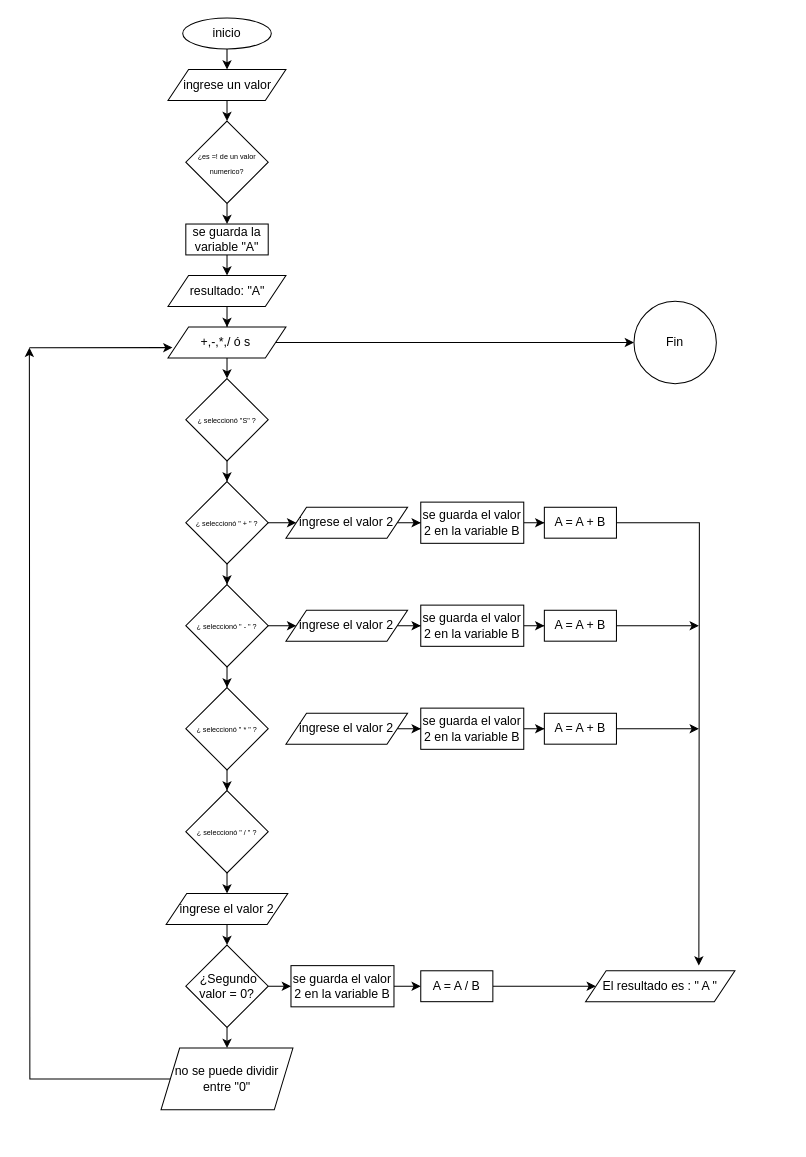
Earlier version of the draw.io diagram Diagrama de la calculadora.drawio (ramseshaz/Repositorio-1). Source tidied: cells renumbered, new cells numbered last; positions are measured from the earlier drawing's top-left corner, leaving out a move shared by most shapes. Both pictures are drawn from the tidied source at 103%, with x=0, y=0 at pixel (29, 18).
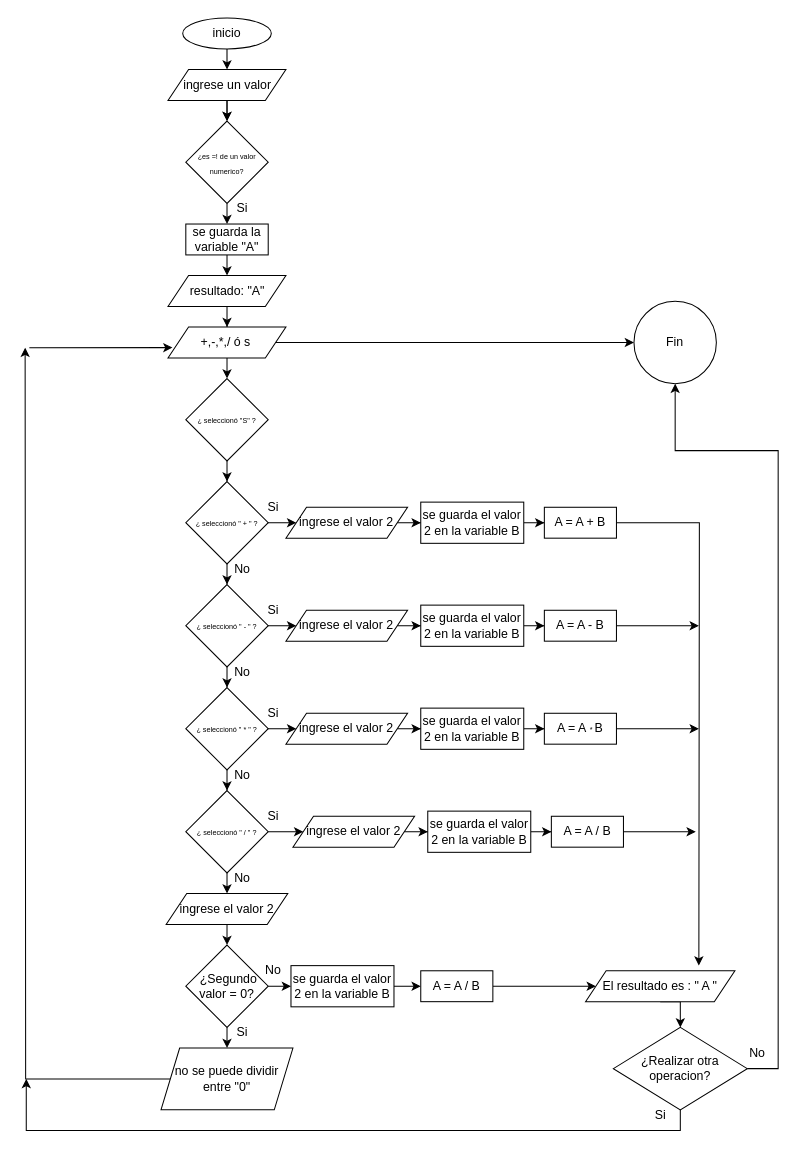
After the change.

Unchanged cells that the change refers to:
```xml
<mxCell id="5" value="ingrese un valor" style="shape=parallelogram;perimeter=parallelogramPerimeter;whiteSpace=wrap;html=1;fixedSize=1;" parent="1" vertex="1">
  <mxGeometry x="134.6" y="50" width="114.5" height="30" as="geometry" />
</mxCell>
<mxCell id="8" value="&lt;font style=&quot;font-size: 7px;&quot;&gt;¿es =! de un valor numerico?&lt;/font&gt;" style="rhombus;whiteSpace=wrap;html=1;" parent="1" vertex="1">
  <mxGeometry x="151.9" y="100" width="80" height="80" as="geometry" />
</mxCell>
<mxCell id="33" value="&lt;font style=&quot;font-size: 7px;&quot;&gt;¿ seleccionó &quot; * &quot; ?&lt;/font&gt;" style="rhombus;whiteSpace=wrap;html=1;" parent="1" vertex="1">
  <mxGeometry x="151.9" y="650" width="80" height="80" as="geometry" />
</mxCell>
<mxCell id="35" value="&lt;font style=&quot;font-size: 7px;&quot;&gt;¿ seleccionó &quot; / &quot; ?&lt;/font&gt;" style="rhombus;whiteSpace=wrap;html=1;" parent="1" vertex="1">
  <mxGeometry x="151.9" y="750" width="80" height="80" as="geometry" />
</mxCell>
<mxCell id="37" value="ingrese el valor 2" style="shape=parallelogram;perimeter=parallelogramPerimeter;whiteSpace=wrap;html=1;fixedSize=1;" parent="1" vertex="1">
  <mxGeometry x="249.1" y="675" width="118.1" height="30" as="geometry" />
</mxCell>
<mxCell id="56" value="no se puede dividir entre &quot;0&quot;" style="shape=parallelogram;perimeter=parallelogramPerimeter;whiteSpace=wrap;html=1;fixedSize=1;size=18.11999999999989;" parent="1" vertex="1">
  <mxGeometry x="127.8" y="1000" width="128.1" height="60" as="geometry" />
</mxCell>
<mxCell id="58" value="El resultado es : &quot; A &quot;" style="shape=parallelogram;perimeter=parallelogramPerimeter;whiteSpace=wrap;html=1;fixedSize=1;" parent="1" vertex="1">
  <mxGeometry x="540" y="925" width="145" height="30" as="geometry" />
</mxCell>
<mxCell id="59" value="Fin" style="ellipse;whiteSpace=wrap;html=1;" parent="1" vertex="1">
  <mxGeometry x="587" y="275" width="80" height="80" as="geometry" />
</mxCell>
```

Diff of the diagram source:
```diff
@@
+    <mxCell id="60" style="edgeStyle=orthogonalEdgeStyle;rounded=0;jettySize=auto;html=1;" parent="1" edge="1" source="5" target="8">
+      <mxGeometry relative="1" as="geometry" />
+    </mxCell>
@@
+    <mxCell id="61" style="edgeStyle=orthogonalEdgeStyle;rounded=0;jettySize=auto;html=1;entryX=0;entryY=0.5;entryDx=0;entryDy=0;" parent="1" edge="1" source="33" target="37">
+      <mxGeometry relative="1" as="geometry" />
+    </mxCell>
@@
+    <mxCell id="62" style="edgeStyle=orthogonalEdgeStyle;rounded=0;jettySize=auto;html=1;entryX=0;entryY=0.5;entryDx=0;entryDy=0;" parent="1" edge="1" source="35" target="65">
+      <mxGeometry relative="1" as="geometry" />
+    </mxCell>
@@
-    <mxCell id="47" value="A = A + B" style="whiteSpace=wrap;html=1;" parent="1" vertex="1">
+    <mxCell id="47" value="A = A - B" style="whiteSpace=wrap;html=1;" parent="1" vertex="1">
       <mxGeometry x="500" y="575" width="70" height="30" as="geometry" />
     </mxCell>
@@
-    <mxCell id="49" value="A = A + B" style="whiteSpace=wrap;html=1;" parent="1" vertex="1">
+    <mxCell id="49" value="A = A&amp;nbsp;&lt;span style=&quot;font-size: 7px;&quot;&gt;*&amp;nbsp;&lt;/span&gt;B" style="whiteSpace=wrap;html=1;" parent="1" vertex="1">
       <mxGeometry x="500" y="675" width="70" height="30" as="geometry" />
     </mxCell>
@@
-    <mxCell id="55" style="edgeStyle=orthogonalEdgeStyle;rounded=0;jettySize=auto;html=1;" parent="1" edge="1" source="56">
+    <mxCell id="55" style="edgeStyle=orthogonalEdgeStyle;rounded=0;jettySize=auto;html=1;exitX=0;exitY=0.5;exitDx=0;exitDy=0;" parent="1" edge="1" source="56">
       <mxGeometry relative="1" as="geometry">
-        <mxPoint y="320" as="targetPoint" />
+        <mxPoint x="-4.1" y="320" as="targetPoint" />
       </mxGeometry>
     </mxCell>
@@
+    <mxCell id="63" style="edgeStyle=orthogonalEdgeStyle;rounded=0;jettySize=auto;html=1;exitX=0.5;exitY=1;exitDx=0;exitDy=0;entryX=0.5;entryY=0;entryDx=0;entryDy=0;" parent="1" edge="1" source="58" target="83">
+      <mxGeometry relative="1" as="geometry" />
+    </mxCell>
@@
+    <mxCell id="64" style="edgeStyle=orthogonalEdgeStyle;rounded=0;jettySize=auto;html=1;" parent="1" edge="1" source="65" target="67">
+      <mxGeometry relative="1" as="geometry" />
+    </mxCell>
+    <mxCell id="65" value="ingrese el valor 2" style="shape=parallelogram;perimeter=parallelogramPerimeter;whiteSpace=wrap;html=1;fixedSize=1;" parent="1" vertex="1">
+      <mxGeometry x="255.9" y="775" width="118.1" height="30" as="geometry" />
+    </mxCell>
+    <mxCell id="66" style="edgeStyle=orthogonalEdgeStyle;rounded=0;jettySize=auto;html=1;" parent="1" edge="1" source="67" target="69">
+      <mxGeometry relative="1" as="geometry" />
+    </mxCell>
+    <mxCell id="67" value="se guarda el valor 2 en la variable B" style="whiteSpace=wrap;html=1;" parent="1" vertex="1">
+      <mxGeometry x="386.8" y="770" width="100" height="40" as="geometry" />
+    </mxCell>
+    <mxCell id="68" style="edgeStyle=orthogonalEdgeStyle;rounded=0;jettySize=auto;html=1;" parent="1" edge="1" source="69">
+      <mxGeometry relative="1" as="geometry">
+        <mxPoint x="647" y="790" as="targetPoint" />
+      </mxGeometry>
+    </mxCell>
+    <mxCell id="69" value="A = A / B" style="whiteSpace=wrap;html=1;" parent="1" vertex="1">
+      <mxGeometry x="506.8" y="775" width="70" height="30" as="geometry" />
+    </mxCell>
+    <mxCell id="70" value="Si" style="text;html=1;whiteSpace=wrap;strokeColor=none;fillColor=none;align=center;verticalAlign=middle;rounded=0;" parent="1" vertex="1">
+      <mxGeometry x="197" y="180" width="20" height="10" as="geometry" />
+    </mxCell>
+    <mxCell id="71" value="No" style="text;html=1;whiteSpace=wrap;strokeColor=none;fillColor=none;align=center;verticalAlign=middle;rounded=0;" parent="1" vertex="1">
+      <mxGeometry x="177" y="520" width="60" height="30" as="geometry" />
+    </mxCell>
+    <mxCell id="72" value="No" style="text;html=1;whiteSpace=wrap;strokeColor=none;fillColor=none;align=center;verticalAlign=middle;rounded=0;" parent="1" vertex="1">
+      <mxGeometry x="177" y="620" width="60" height="30" as="geometry" />
+    </mxCell>
+    <mxCell id="73" value="No" style="text;html=1;whiteSpace=wrap;strokeColor=none;fillColor=none;align=center;verticalAlign=middle;rounded=0;" parent="1" vertex="1">
+      <mxGeometry x="177" y="720" width="60" height="30" as="geometry" />
+    </mxCell>
+    <mxCell id="74" value="Si" style="text;html=1;whiteSpace=wrap;strokeColor=none;fillColor=none;align=center;verticalAlign=middle;rounded=0;" parent="1" vertex="1">
+      <mxGeometry x="207" y="460" width="60" height="30" as="geometry" />
+    </mxCell>
+    <mxCell id="75" value="Si" style="text;html=1;whiteSpace=wrap;strokeColor=none;fillColor=none;align=center;verticalAlign=middle;rounded=0;" parent="1" vertex="1">
+      <mxGeometry x="207" y="560" width="60" height="30" as="geometry" />
+    </mxCell>
+    <mxCell id="76" value="Si" style="text;html=1;whiteSpace=wrap;strokeColor=none;fillColor=none;align=center;verticalAlign=middle;rounded=0;" parent="1" vertex="1">
+      <mxGeometry x="207" y="660" width="60" height="30" as="geometry" />
+    </mxCell>
+    <mxCell id="77" value="Si" style="text;html=1;whiteSpace=wrap;strokeColor=none;fillColor=none;align=center;verticalAlign=middle;rounded=0;" parent="1" vertex="1">
+      <mxGeometry x="207" y="760" width="60" height="30" as="geometry" />
+    </mxCell>
+    <mxCell id="78" value="No" style="text;html=1;whiteSpace=wrap;strokeColor=none;fillColor=none;align=center;verticalAlign=middle;rounded=0;" parent="1" vertex="1">
+      <mxGeometry x="177" y="820" width="60" height="30" as="geometry" />
+    </mxCell>
+    <mxCell id="79" value="No" style="text;html=1;whiteSpace=wrap;strokeColor=none;fillColor=none;align=center;verticalAlign=middle;rounded=0;" parent="1" vertex="1">
+      <mxGeometry x="207" y="910" width="60" height="30" as="geometry" />
+    </mxCell>
+    <mxCell id="80" value="Si" style="text;html=1;whiteSpace=wrap;strokeColor=none;fillColor=none;align=center;verticalAlign=middle;rounded=0;" parent="1" vertex="1">
+      <mxGeometry x="177" y="970" width="60" height="30" as="geometry" />
+    </mxCell>
+    <mxCell id="81" style="edgeStyle=orthogonalEdgeStyle;rounded=0;jettySize=auto;html=1;" parent="1" edge="1" source="83">
+      <mxGeometry relative="1" as="geometry">
+        <mxPoint x="-3" y="1030" as="targetPoint" />
+        <Array as="points">
+          <mxPoint x="632" y="1080" />
+          <mxPoint x="-3" y="1080" />
+        </Array>
+      </mxGeometry>
+    </mxCell>
+    <mxCell id="82" style="edgeStyle=orthogonalEdgeStyle;rounded=0;jettySize=auto;html=1;entryX=0.5;entryY=1;entryDx=0;entryDy=0;" parent="1" edge="1" source="83" target="59">
+      <mxGeometry relative="1" as="geometry">
+        <Array as="points">
+          <mxPoint x="727" y="1020" />
+          <mxPoint x="727" y="420" />
+          <mxPoint x="627" y="420" />
+        </Array>
+      </mxGeometry>
+    </mxCell>
+    <mxCell id="83" value="¿Realizar otra operacion?" style="rhombus;whiteSpace=wrap;html=1;" parent="1" vertex="1">
+      <mxGeometry x="567" y="980" width="130" height="80" as="geometry" />
+    </mxCell>
+    <mxCell id="84" value="Si" style="text;html=1;whiteSpace=wrap;strokeColor=none;fillColor=none;align=center;verticalAlign=middle;rounded=0;" parent="1" vertex="1">
+      <mxGeometry x="582.5" y="1050" width="60" height="30" as="geometry" />
+    </mxCell>
+    <mxCell id="85" value="No" style="text;html=1;whiteSpace=wrap;strokeColor=none;fillColor=none;align=center;verticalAlign=middle;rounded=0;" parent="1" vertex="1">
+      <mxGeometry x="677" y="990" width="60" height="30" as="geometry" />
+    </mxCell>
```
